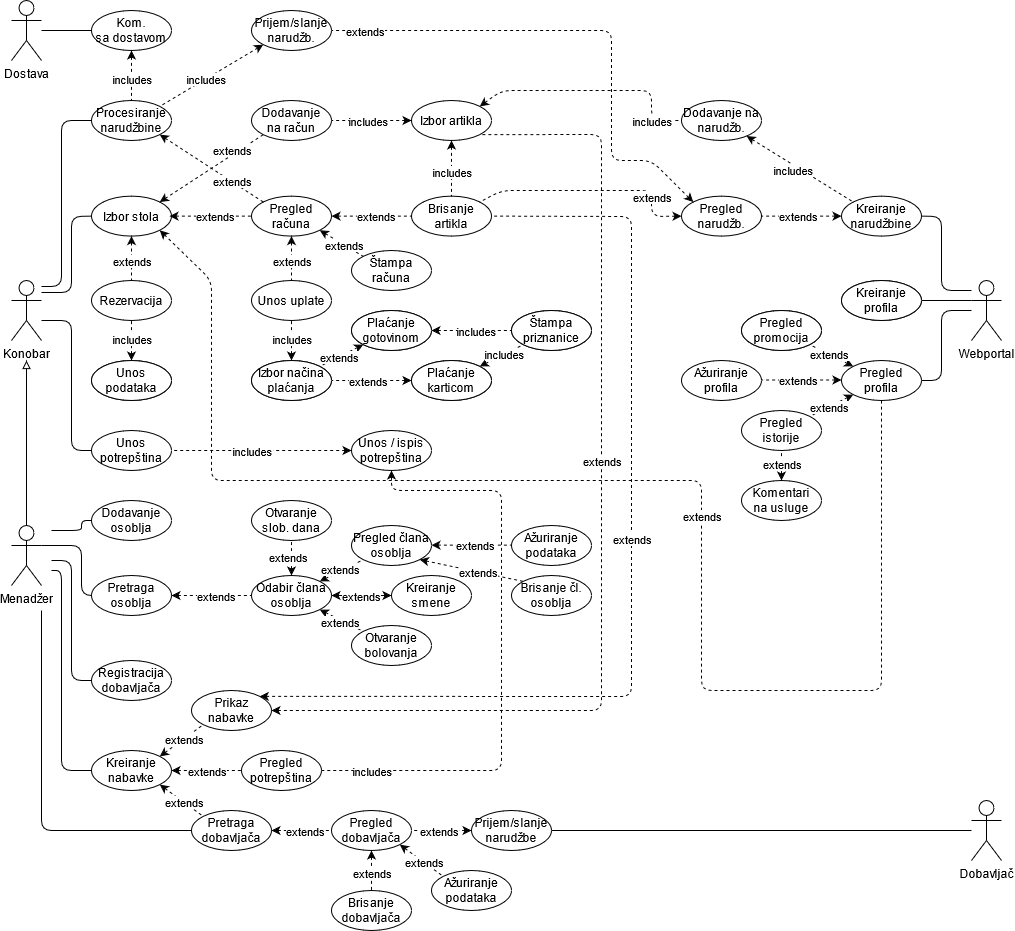
This is img/dijagram_2-4_use-case.png from NikolaVetnic/MIS_Projekat, a draw.io export, as it was before one commit. Source tidied: cells renumbered, new cells last; positions are measured from the earlier drawing's top-left corner, leaving out a move shared by most shapes.
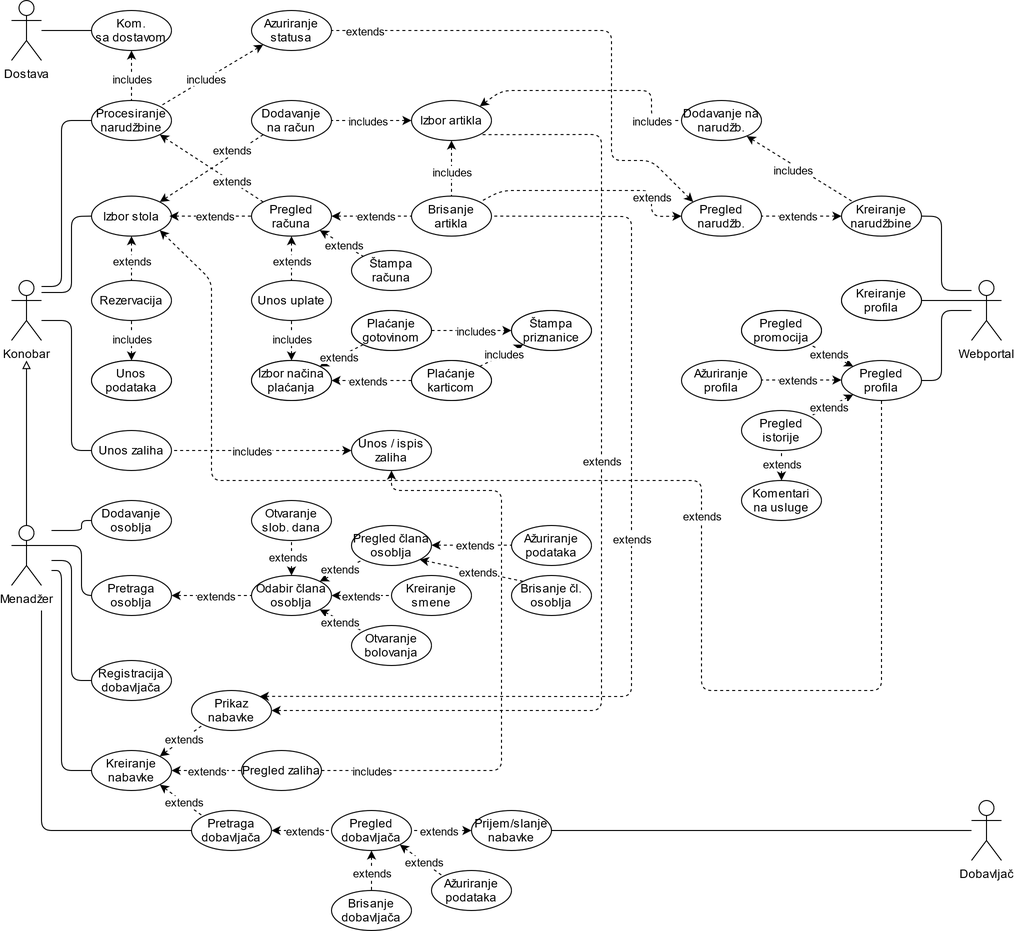
The same file after the commit.

Diff of the diagram source:
```diff
@@ -98,7 +98,7 @@
     <mxCell id="29" value="Plaćanje gotovinom" style="ellipse;whiteSpace=wrap;html=1;" parent="1" vertex="1">
       <mxGeometry x="340" y="310" width="80" height="40" as="geometry" />
     </mxCell>
-    <mxCell id="30" style="endArrow=none;dashed=1;html=1;strokeWidth=1;startArrow=classic;startFill=1;entryX=1;entryY=0;entryDx=0;entryDy=0;exitX=0;exitY=1;exitDx=0;exitDy=0;" parent="1" edge="1" source="29" target="26">
+    <mxCell id="30" style="endArrow=classic;dashed=1;html=1;strokeWidth=1;startArrow=none;startFill=0;entryX=1;entryY=0;entryDx=0;entryDy=0;exitX=0;exitY=1;exitDx=0;exitDy=0;endFill=1;" parent="1" edge="1" source="29" target="26">
       <mxGeometry relative="1" as="geometry" />
     </mxCell>
     <mxCell id="31" value="extends" style="edgeLabel;html=1;align=center;verticalAlign=middle;" parent="30" vertex="1">
@@ -107,7 +107,7 @@
     <mxCell id="32" value="Plaćanje karticom" style="ellipse;whiteSpace=wrap;html=1;" parent="1" vertex="1">
       <mxGeometry x="400" y="360" width="80" height="40" as="geometry" />
     </mxCell>
-    <mxCell id="33" style="endArrow=none;dashed=1;html=1;strokeWidth=1;startArrow=classic;startFill=1;entryX=1;entryY=0.5;entryDx=0;entryDy=0;exitX=0;exitY=0.5;exitDx=0;exitDy=0;" parent="1" edge="1" source="32" target="26">
+    <mxCell id="33" style="endArrow=classic;dashed=1;html=1;strokeWidth=1;startArrow=none;startFill=0;entryX=1;entryY=0.5;entryDx=0;entryDy=0;exitX=0;exitY=0.5;exitDx=0;exitDy=0;endFill=1;" parent="1" edge="1" source="32" target="26">
       <mxGeometry relative="1" as="geometry" />
     </mxCell>
     <mxCell id="34" value="extends" style="edgeLabel;html=1;align=center;verticalAlign=middle;" parent="33" vertex="1">
@@ -169,9 +169,6 @@
     <mxCell id="50" value="Konobar" style="shape=umlActor;verticalLabelPosition=bottom;verticalAlign=top;html=1;" parent="1" vertex="1">
       <mxGeometry y="280" width="30" height="60" as="geometry" />
     </mxCell>
-    <mxCell id="51" style="edgeStyle=orthogonalEdgeStyle;rounded=0;jettySize=auto;html=1;" parent="1" edge="1" source="52" target="57">
-      <mxGeometry relative="1" as="geometry" />
-    </mxCell>
     <mxCell id="52" value="Odabir člana osoblja" style="ellipse;whiteSpace=wrap;html=1;" parent="1" vertex="1">
       <mxGeometry x="240" y="575" width="80" height="40" as="geometry" />
     </mxCell>
@@ -249,7 +246,7 @@
     <mxCell id="70" value="extends" style="edgeLabel;html=1;align=center;verticalAlign=middle;" parent="69" vertex="1">
       <mxGeometry x="0.11" relative="1" as="geometry" />
     </mxCell>
-    <mxCell id="71" value="Prijem/slanje narudžbe" style="ellipse;whiteSpace=wrap;html=1;" parent="1" vertex="1">
+    <mxCell id="71" value="Prijem/slanje nabavke" style="ellipse;whiteSpace=wrap;html=1;" parent="1" vertex="1">
       <mxGeometry x="460" y="810" width="80" height="40" as="geometry" />
     </mxCell>
     <mxCell id="72" style="endArrow=none;dashed=1;html=1;strokeWidth=1;startArrow=classic;startFill=1;exitX=1;exitY=1;exitDx=0;exitDy=0;entryX=0;entryY=0;entryDx=0;entryDy=0;" parent="1" edge="1" source="66" target="68">
@@ -264,7 +261,7 @@
     <mxCell id="75" style="endArrow=none;html=1;exitX=1;exitY=0.5;exitDx=0;exitDy=0;" parent="1" edge="1" source="71" target="74">
       <mxGeometry relative="1" as="geometry" />
     </mxCell>
-    <mxCell id="76" value="Pregled potrepština" style="ellipse;whiteSpace=wrap;html=1;" parent="1" vertex="1">
+    <mxCell id="76" value="Pregled zaliha" style="ellipse;whiteSpace=wrap;html=1;" parent="1" vertex="1">
       <mxGeometry x="230" y="750" width="80" height="40" as="geometry" />
     </mxCell>
     <mxCell id="77" style="endArrow=none;dashed=1;html=1;strokeWidth=1;startArrow=classic;startFill=1;exitX=1;exitY=0.5;exitDx=0;exitDy=0;entryX=0;entryY=0.5;entryDx=0;entryDy=0;" parent="1" edge="1" source="66" target="76">
@@ -275,10 +272,10 @@
         <mxPoint x="-4" as="offset" />
       </mxGeometry>
     </mxCell>
-    <mxCell id="79" value="Unos potrepština" style="ellipse;whiteSpace=wrap;html=1;" parent="1" vertex="1">
+    <mxCell id="79" value="Unos zaliha" style="ellipse;whiteSpace=wrap;html=1;" parent="1" vertex="1">
       <mxGeometry x="80" y="430" width="80" height="40" as="geometry" />
     </mxCell>
-    <mxCell id="80" value="&lt;div&gt;Unos / ispis&lt;/div&gt;&lt;div&gt;potrepština&lt;br&gt;&lt;/div&gt;" style="ellipse;whiteSpace=wrap;html=1;" parent="1" vertex="1">
+    <mxCell id="80" value="&lt;div&gt;Unos / ispis&lt;/div&gt;&lt;div&gt;zaliha&lt;br&gt;&lt;/div&gt;" style="ellipse;whiteSpace=wrap;html=1;" parent="1" vertex="1">
       <mxGeometry x="340" y="430" width="80" height="40" as="geometry" />
     </mxCell>
     <mxCell id="81" style="endArrow=none;dashed=1;html=1;entryX=1;entryY=0.5;entryDx=0;entryDy=0;strokeWidth=1;startArrow=classic;startFill=1;exitX=0;exitY=0.5;exitDx=0;exitDy=0;" parent="1" edge="1" source="80" target="79">
@@ -310,7 +307,7 @@
         </Array>
       </mxGeometry>
     </mxCell>
-    <mxCell id="86" value="&lt;div&gt;Prijem/slanje&lt;/div&gt;&lt;div&gt;narudžb.&lt;br&gt;&lt;/div&gt;" style="ellipse;whiteSpace=wrap;html=1;" parent="1" vertex="1">
+    <mxCell id="86" value="Azuriranje statusa" style="ellipse;whiteSpace=wrap;html=1;" parent="1" vertex="1">
       <mxGeometry x="240" y="10" width="80" height="40" as="geometry" />
     </mxCell>
     <mxCell id="87" value="Kreiranje narudžbine" style="ellipse;whiteSpace=wrap;html=1;" parent="1" vertex="1">
@@ -447,13 +444,13 @@
     <mxCell id="117" value="Štampa priznanice" style="ellipse;whiteSpace=wrap;html=1;" parent="1" vertex="1">
       <mxGeometry x="500" y="310" width="80" height="40" as="geometry" />
     </mxCell>
-    <mxCell id="118" style="endArrow=none;dashed=1;html=1;entryX=0;entryY=0.5;entryDx=0;entryDy=0;strokeWidth=1;startArrow=classic;startFill=1;exitX=1;exitY=0.5;exitDx=0;exitDy=0;" parent="1" edge="1" source="29" target="117">
+    <mxCell id="118" style="endArrow=classic;dashed=1;html=1;entryX=0;entryY=0.5;entryDx=0;entryDy=0;strokeWidth=1;startArrow=none;startFill=0;exitX=1;exitY=0.5;exitDx=0;exitDy=0;endFill=1;" parent="1" edge="1" source="29" target="117">
       <mxGeometry relative="1" as="geometry" />
     </mxCell>
     <mxCell id="119" value="includes" style="edgeLabel;html=1;align=center;verticalAlign=middle;" parent="118" vertex="1">
       <mxGeometry x="0.11" relative="1" as="geometry" />
     </mxCell>
-    <mxCell id="120" style="endArrow=none;dashed=1;html=1;entryX=0;entryY=1;entryDx=0;entryDy=0;strokeWidth=1;startArrow=classic;startFill=1;exitX=1;exitY=0;exitDx=0;exitDy=0;" parent="1" edge="1" source="32" target="117">
+    <mxCell id="120" style="endArrow=classic;dashed=1;html=1;entryX=0;entryY=1;entryDx=0;entryDy=0;strokeWidth=1;startArrow=none;startFill=0;exitX=1;exitY=0;exitDx=0;exitDy=0;endFill=1;" parent="1" edge="1" source="32" target="117">
       <mxGeometry relative="1" as="geometry" />
     </mxCell>
     <mxCell id="121" value="includes" style="edgeLabel;html=1;align=center;verticalAlign=middle;" parent="120" vertex="1">
```
